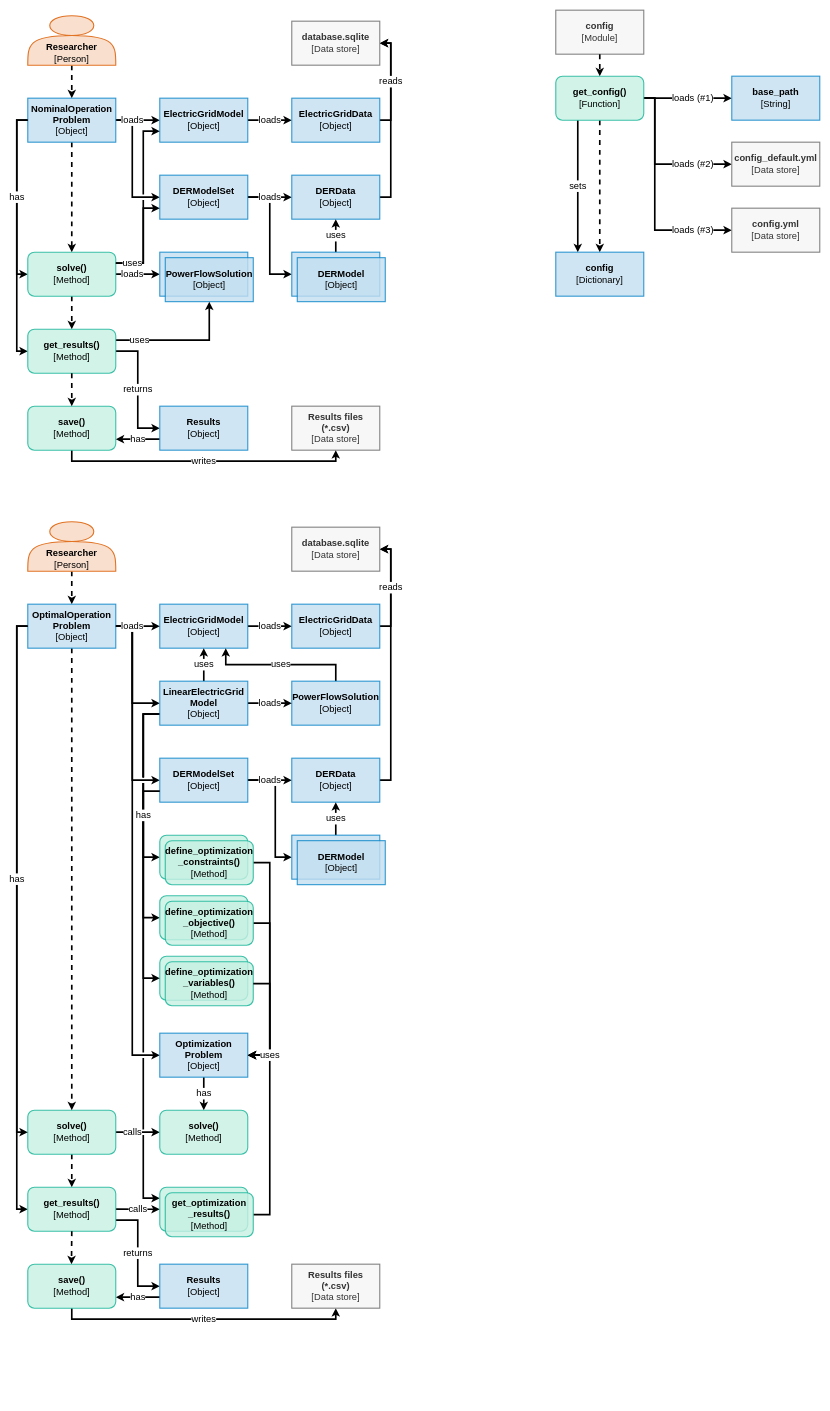
This is page "workflows" (3 of 3) of docs/assets/figures.drawio from mesmo-dev/mesmo, a draw.io file, before an edit. Source tidied: cells renumbered, new cells numbered last; positions are measured from the earlier drawing's top-left corner, leaving out a move shared by most shapes. Both pictures are drawn from the tidied source at 55%, with x=0, y=0 at pixel (28, 10).
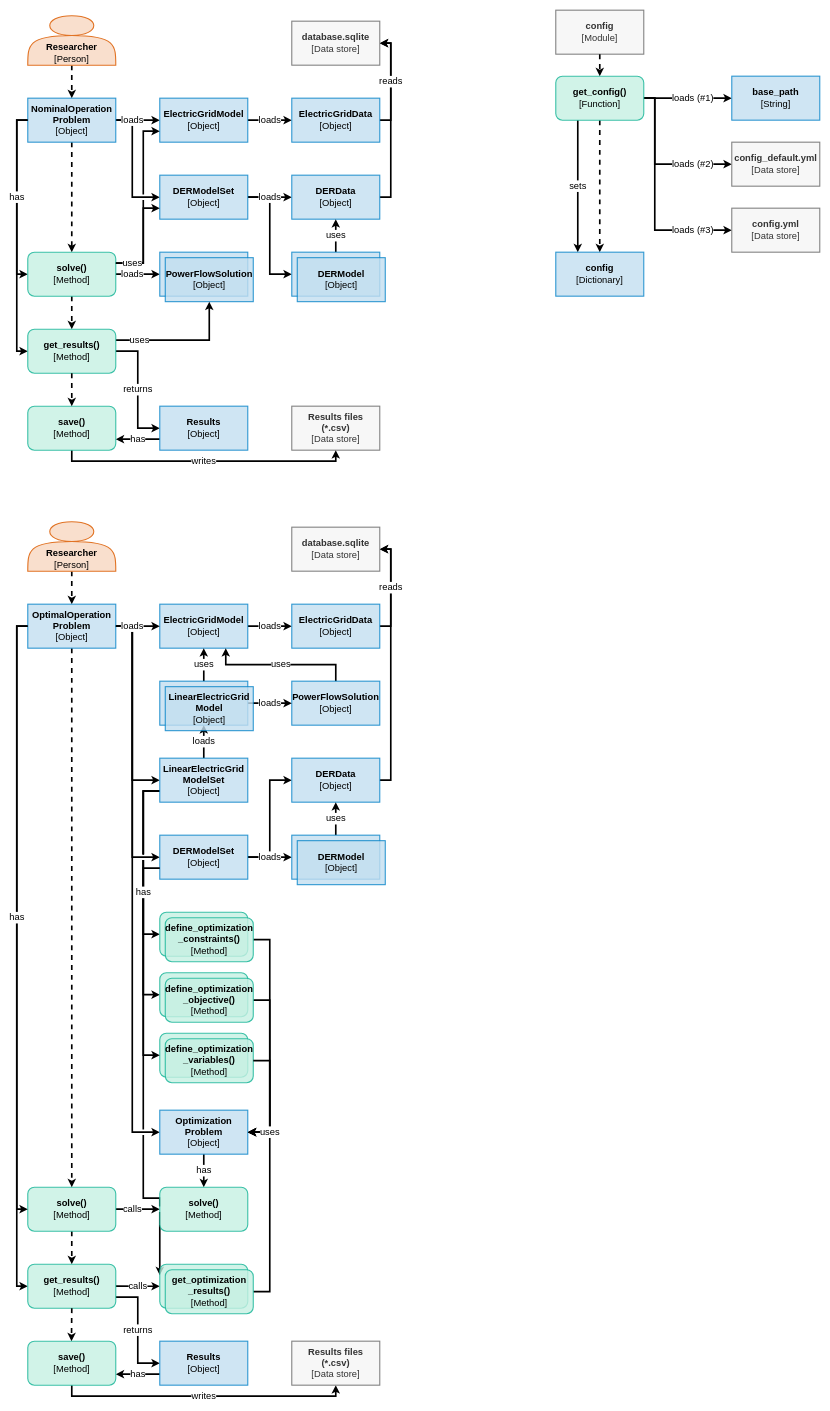
The same page after the edit.

The change refers to these unchanged cells:
```xml
<mxCell id="41" value="&lt;b style=&quot;font-size: 17px;&quot;&gt;OptimalOperation&lt;br style=&quot;font-size: 17px;&quot;&gt;Problem&lt;br style=&quot;font-size: 17px;&quot;&gt;&lt;/b&gt;[Object]" style="rounded=0;whiteSpace=wrap;html=1;fontFamily=Helvetica;fontSize=17;fontColor=#000000;align=center;strokeColor=#0081C7;strokeWidth=2;fillColor=#C4DFF0;opacity=80;fontStyle=0;" parent="1" vertex="1">
  <mxGeometry y="1080" width="160" height="80" as="geometry" />
</mxCell>
<mxCell id="49" value="&lt;b style=&quot;font-size: 17px;&quot;&gt;DERData&lt;br style=&quot;font-size: 17px;&quot;&gt;&lt;/b&gt;[Object]" style="rounded=0;whiteSpace=wrap;html=1;fontFamily=Helvetica;fontSize=17;fontColor=#000000;align=center;strokeColor=#0081C7;strokeWidth=2;fillColor=#C4DFF0;opacity=80;fontStyle=0;" parent="1" vertex="1">
  <mxGeometry x="480" y="1360" width="160" height="80" as="geometry" />
</mxCell>
<mxCell id="51" style="rounded=0;whiteSpace=wrap;html=1;fontFamily=Helvetica;fontSize=17;fontColor=#000000;align=center;strokeColor=#0081C7;strokeWidth=2;fillColor=#C4DFF0;opacity=80;fontStyle=0;" parent="1" vertex="1">
  <mxGeometry x="480" y="1500" width="160" height="80" as="geometry" />
</mxCell>
```

Change to the diagram source:
```diff
@@
-    <mxCell id="4" style="edgeStyle=orthogonalEdgeStyle;rounded=0;jettySize=auto;html=1;exitX=1;exitY=0.5;exitDx=0;exitDy=0;entryX=0;entryY=0.5;entryDx=0;entryDy=0;strokeWidth=3;fontSize=17;jumpStyle=gap;" parent="1" edge="1" source="41" target="65">
+    <mxCell id="4" style="edgeStyle=orthogonalEdgeStyle;rounded=0;jettySize=auto;html=1;exitX=1;exitY=0.5;exitDx=0;exitDy=0;entryX=0;entryY=0.5;entryDx=0;entryDy=0;strokeWidth=3;fontSize=17;jumpStyle=gap;" parent="1" edge="1" source="41" target="111">
       <mxGeometry relative="1" as="geometry">
         <Array as="points">
           <mxPoint x="190" y="1120" />
-          <mxPoint x="190" y="1260" />
+          <mxPoint x="190" y="1400" />
         </Array>
       </mxGeometry>
     </mxCell>
@@
     <mxCell id="31" style="edgeStyle=orthogonalEdgeStyle;rounded=0;jettySize=auto;html=1;exitX=1;exitY=0.5;exitDx=0;exitDy=0;entryX=0;entryY=0.5;entryDx=0;entryDy=0;strokeWidth=3;fontSize=17;jumpStyle=gap;" parent="1" edge="1" source="48" target="51">
       <mxGeometry relative="1" as="geometry">
         <Array as="points">
-          <mxPoint x="450" y="1400" />
-          <mxPoint x="450" y="1540" />
+          <mxPoint x="460" y="1540" />
+          <mxPoint x="460" y="1540" />
         </Array>
       </mxGeometry>
     </mxCell>
     <mxCell id="32" style="edgeStyle=orthogonalEdgeStyle;rounded=0;jettySize=auto;html=1;exitX=1;exitY=0.5;exitDx=0;exitDy=0;entryX=0;entryY=0.5;entryDx=0;entryDy=0;strokeWidth=3;fontSize=17;jumpStyle=gap;" parent="1" edge="1" source="41" target="48">
       <mxGeometry relative="1" as="geometry">
         <Array as="points">
           <mxPoint x="190" y="1120" />
-          <mxPoint x="190" y="1400" />
+          <mxPoint x="190" y="1540" />
         </Array>
       </mxGeometry>
     </mxCell>
@@
     <mxCell id="36" value="&lt;b style=&quot;font-size: 17px;&quot;&gt;solve()&lt;br style=&quot;font-size: 17px;&quot;&gt;&lt;/b&gt;[Method]" style="rounded=1;whiteSpace=wrap;html=1;fontFamily=Helvetica;fontSize=17;fontColor=#000000;align=center;strokeColor=#11B395;strokeWidth=2;fillColor=#C6F1E3;opacity=80;" parent="1" vertex="1">
-      <mxGeometry y="2000" width="160" height="80" as="geometry" />
+      <mxGeometry y="2140" width="160" height="80" as="geometry" />
     </mxCell>
@@
     <mxCell id="39" style="edgeStyle=orthogonalEdgeStyle;rounded=0;jettySize=auto;html=1;exitX=1;exitY=0.5;exitDx=0;exitDy=0;entryX=0;entryY=0.5;entryDx=0;entryDy=0;fontSize=17;strokeWidth=3;jumpStyle=gap;" parent="1" edge="1" source="41" target="69">
       <mxGeometry relative="1" as="geometry">
         <Array as="points">
           <mxPoint x="190" y="1120" />
-          <mxPoint x="190" y="1900" />
+          <mxPoint x="190" y="2040" />
         </Array>
       </mxGeometry>
     </mxCell>
@@
     <mxCell id="47" value="loads" style="edgeStyle=orthogonalEdgeStyle;rounded=0;jettySize=auto;html=1;exitX=1;exitY=0.5;exitDx=0;exitDy=0;entryX=0;entryY=0.5;entryDx=0;entryDy=0;strokeWidth=3;fontSize=17;jumpStyle=gap;" parent="1" edge="1" source="48" target="49">
-      <mxGeometry relative="1" as="geometry" />
+      <mxGeometry x="-0.64" relative="1" as="geometry" />
     </mxCell>
     <mxCell id="48" value="&lt;b style=&quot;font-size: 17px;&quot;&gt;DERModelSet&lt;br style=&quot;font-size: 17px;&quot;&gt;&lt;/b&gt;[Object]" style="rounded=0;whiteSpace=wrap;html=1;fontFamily=Helvetica;fontSize=17;fontColor=#000000;align=center;strokeColor=#0081C7;strokeWidth=2;fillColor=#C4DFF0;opacity=80;fontStyle=0;" parent="1" vertex="1">
-      <mxGeometry x="240" y="1360" width="160" height="80" as="geometry" />
+      <mxGeometry x="240" y="1500" width="160" height="80" as="geometry" />
     </mxCell>
@@
     <mxCell id="56" value="calls" style="edgeStyle=orthogonalEdgeStyle;rounded=0;jettySize=auto;html=1;exitX=1;exitY=0.5;exitDx=0;exitDy=0;strokeWidth=3;fontSize=17;jumpStyle=gap;" parent="1" edge="1" source="57">
       <mxGeometry relative="1" as="geometry">
-        <mxPoint x="240" y="2180.1" as="targetPoint" />
+        <mxPoint x="240" y="2320.1" as="targetPoint" />
       </mxGeometry>
     </mxCell>
     <mxCell id="57" value="&lt;b style=&quot;font-size: 17px;&quot;&gt;get_results()&lt;br style=&quot;font-size: 17px;&quot;&gt;&lt;/b&gt;[Method]" style="rounded=1;whiteSpace=wrap;html=1;fontFamily=Helvetica;fontSize=17;fontColor=#000000;align=center;strokeColor=#11B395;strokeWidth=2;fillColor=#C6F1E3;opacity=80;" parent="1" vertex="1">
-      <mxGeometry y="2140" width="160" height="80" as="geometry" />
+      <mxGeometry y="2280" width="160" height="80" as="geometry" />
     </mxCell>
@@
     <mxCell id="59" value="&lt;b style=&quot;font-size: 17px;&quot;&gt;Results&lt;br style=&quot;font-size: 17px;&quot;&gt;&lt;/b&gt;[Object]" style="rounded=0;whiteSpace=wrap;html=1;fontFamily=Helvetica;fontSize=17;fontColor=#000000;align=center;strokeColor=#0081C7;strokeWidth=2;fillColor=#C4DFF0;opacity=80;fontStyle=0;" parent="1" vertex="1">
-      <mxGeometry x="240" y="2280" width="160" height="80" as="geometry" />
+      <mxGeometry x="240" y="2420" width="160" height="80" as="geometry" />
     </mxCell>
@@
-    <mxCell id="62" style="edgeStyle=orthogonalEdgeStyle;rounded=0;jettySize=auto;html=1;exitX=0;exitY=0.75;exitDx=0;exitDy=0;entryX=0;entryY=0.5;entryDx=0;entryDy=0;fontSize=17;strokeWidth=3;jumpStyle=gap;" parent="1" edge="1" source="65" target="74">
+    <mxCell id="62" style="edgeStyle=orthogonalEdgeStyle;rounded=0;jettySize=auto;html=1;exitX=0;exitY=0.75;exitDx=0;exitDy=0;entryX=0;entryY=0.5;entryDx=0;entryDy=0;fontSize=17;strokeWidth=3;jumpStyle=gap;" parent="1" edge="1" source="111" target="74">
       <mxGeometry relative="1" as="geometry">
         <Array as="points">
-          <mxPoint x="210" y="1280" />
-          <mxPoint x="210" y="1650" />
+          <mxPoint x="210" y="1420" />
+          <mxPoint x="210" y="1790" />
         </Array>
       </mxGeometry>
     </mxCell>
-    <mxCell id="63" style="edgeStyle=orthogonalEdgeStyle;rounded=0;jettySize=auto;html=1;exitX=0;exitY=0.75;exitDx=0;exitDy=0;entryX=0;entryY=0.5;entryDx=0;entryDy=0;fontSize=17;strokeWidth=3;jumpStyle=gap;" parent="1" edge="1" source="65" target="72">
+    <mxCell id="63" style="edgeStyle=orthogonalEdgeStyle;rounded=0;jettySize=auto;html=1;exitX=0;exitY=0.75;exitDx=0;exitDy=0;entryX=0;entryY=0.5;entryDx=0;entryDy=0;fontSize=17;strokeWidth=3;jumpStyle=gap;" parent="1" edge="1" source="111" target="72">
       <mxGeometry relative="1" as="geometry">
         <Array as="points">
-          <mxPoint x="210" y="1280" />
-          <mxPoint x="210" y="1540" />
+          <mxPoint x="210" y="1420" />
+          <mxPoint x="210" y="1680" />
         </Array>
       </mxGeometry>
     </mxCell>
-    <mxCell id="64" style="edgeStyle=orthogonalEdgeStyle;rounded=0;jettySize=auto;html=1;exitX=0;exitY=0.75;exitDx=0;exitDy=0;entryX=0;entryY=0.25;entryDx=0;entryDy=0;fontSize=17;strokeWidth=3;jumpStyle=gap;" parent="1" edge="1" source="65" target="76">
+    <mxCell id="64" style="edgeStyle=orthogonalEdgeStyle;rounded=0;jettySize=auto;html=1;exitX=0;exitY=0.75;exitDx=0;exitDy=0;entryX=0;entryY=0.25;entryDx=0;entryDy=0;fontSize=17;strokeWidth=3;jumpStyle=gap;" parent="1" edge="1" source="111" target="76">
       <mxGeometry relative="1" as="geometry">
         <Array as="points">
-          <mxPoint x="210" y="1280" />
+          <mxPoint x="210" y="1420" />
           <mxPoint x="210" y="2160" />
+          <mxPoint x="240" y="2160" />
         </Array>
       </mxGeometry>
     </mxCell>
-    <mxCell id="65" value="&lt;b style=&quot;font-size: 17px;&quot;&gt;LinearElectricGrid&lt;br style=&quot;font-size: 17px;&quot;&gt;Model&lt;br style=&quot;font-size: 17px;&quot;&gt;&lt;/b&gt;[Object]" style="rounded=0;whiteSpace=wrap;html=1;fontFamily=Helvetica;fontSize=17;fontColor=#000000;align=center;strokeColor=#0081C7;strokeWidth=2;fillColor=#C4DFF0;opacity=80;fontStyle=0;" parent="1" vertex="1">
+    <mxCell id="65" style="rounded=0;whiteSpace=wrap;html=1;fontFamily=Helvetica;fontSize=17;fontColor=#000000;align=center;strokeColor=#0081C7;strokeWidth=2;fillColor=#C4DFF0;opacity=80;fontStyle=0;" parent="1" vertex="1">
       <mxGeometry x="240" y="1220" width="160" height="80" as="geometry" />
     </mxCell>
     <mxCell id="66" style="edgeStyle=orthogonalEdgeStyle;rounded=0;jettySize=auto;html=1;exitX=1;exitY=0.5;exitDx=0;exitDy=0;entryX=1;entryY=0.5;entryDx=0;entryDy=0;fontSize=17;strokeWidth=3;jumpStyle=gap;" parent="1" edge="1" source="75" target="69">
       <mxGeometry relative="1" as="geometry">
         <Array as="points">
-          <mxPoint x="440" y="1660" />
-          <mxPoint x="440" y="1900" />
+          <mxPoint x="440" y="1800" />
+          <mxPoint x="440" y="2040" />
         </Array>
       </mxGeometry>
     </mxCell>
     <mxCell id="67" style="edgeStyle=orthogonalEdgeStyle;rounded=0;jettySize=auto;html=1;exitX=1;exitY=0.5;exitDx=0;exitDy=0;entryX=1;entryY=0.5;entryDx=0;entryDy=0;fontSize=17;strokeWidth=3;jumpStyle=gap;" parent="1" edge="1" source="73" target="69">
       <mxGeometry relative="1" as="geometry">
         <Array as="points">
-          <mxPoint x="440" y="1550" />
-          <mxPoint x="440" y="1900" />
+          <mxPoint x="440" y="1690" />
+          <mxPoint x="440" y="2040" />
         </Array>
       </mxGeometry>
     </mxCell>
@@
     <mxCell id="69" value="&lt;b style=&quot;font-size: 17px&quot;&gt;Optimization&lt;br&gt;Problem&lt;br style=&quot;font-size: 17px&quot;&gt;&lt;/b&gt;[Object]" style="rounded=0;whiteSpace=wrap;html=1;fontFamily=Helvetica;fontSize=17;fontColor=#000000;align=center;strokeColor=#0081C7;strokeWidth=2;fillColor=#C4DFF0;opacity=80;fontStyle=0;" parent="1" vertex="1">
-      <mxGeometry x="240" y="1860" width="160" height="80" as="geometry" />
+      <mxGeometry x="240" y="2000" width="160" height="80" as="geometry" />
     </mxCell>
     <mxCell id="70" style="rounded=1;whiteSpace=wrap;html=1;fontFamily=Helvetica;fontSize=17;fontColor=#000000;align=center;strokeColor=#11B395;strokeWidth=2;fillColor=#C6F1E3;opacity=80;" parent="1" vertex="1">
-      <mxGeometry x="240" y="1720" width="160" height="80" as="geometry" />
+      <mxGeometry x="240" y="1860" width="160" height="80" as="geometry" />
     </mxCell>
     <mxCell id="71" value="&lt;b style=&quot;font-size: 17px&quot;&gt;define_optimization&lt;br&gt;_variables()&lt;br style=&quot;font-size: 17px&quot;&gt;&lt;/b&gt;[Method]" style="rounded=1;whiteSpace=wrap;html=1;fontFamily=Helvetica;fontSize=17;fontColor=#000000;align=center;strokeColor=#11B395;strokeWidth=2;fillColor=#C6F1E3;opacity=80;" parent="1" vertex="1">
-      <mxGeometry x="250" y="1730" width="160" height="80" as="geometry" />
+      <mxGeometry x="250" y="1870" width="160" height="80" as="geometry" />
     </mxCell>
     <mxCell id="72" style="rounded=1;whiteSpace=wrap;html=1;fontFamily=Helvetica;fontSize=17;fontColor=#000000;align=center;strokeColor=#11B395;strokeWidth=2;fillColor=#C6F1E3;opacity=80;" parent="1" vertex="1">
-      <mxGeometry x="240" y="1500" width="160" height="80" as="geometry" />
+      <mxGeometry x="240" y="1640" width="160" height="80" as="geometry" />
     </mxCell>
     <mxCell id="73" value="&lt;b style=&quot;font-size: 17px&quot;&gt;define_optimization&lt;br&gt;_constraints()&lt;br style=&quot;font-size: 17px&quot;&gt;&lt;/b&gt;[Method]" style="rounded=1;whiteSpace=wrap;html=1;fontFamily=Helvetica;fontSize=17;fontColor=#000000;align=center;strokeColor=#11B395;strokeWidth=2;fillColor=#C6F1E3;opacity=80;" parent="1" vertex="1">
-      <mxGeometry x="250" y="1510" width="160" height="80" as="geometry" />
+      <mxGeometry x="250" y="1650" width="160" height="80" as="geometry" />
     </mxCell>
     <mxCell id="74" style="rounded=1;whiteSpace=wrap;html=1;fontFamily=Helvetica;fontSize=17;fontColor=#000000;align=center;strokeColor=#11B395;strokeWidth=2;fillColor=#C6F1E3;opacity=80;" parent="1" vertex="1">
-      <mxGeometry x="240" y="1610" width="160" height="80" as="geometry" />
+      <mxGeometry x="240" y="1750" width="160" height="80" as="geometry" />
     </mxCell>
     <mxCell id="75" value="&lt;b style=&quot;font-size: 17px&quot;&gt;define_optimization&lt;br&gt;_objective()&lt;br style=&quot;font-size: 17px&quot;&gt;&lt;/b&gt;[Method]" style="rounded=1;whiteSpace=wrap;html=1;fontFamily=Helvetica;fontSize=17;fontColor=#000000;align=center;strokeColor=#11B395;strokeWidth=2;fillColor=#C6F1E3;opacity=80;" parent="1" vertex="1">
-      <mxGeometry x="250" y="1620" width="160" height="80" as="geometry" />
+      <mxGeometry x="250" y="1760" width="160" height="80" as="geometry" />
     </mxCell>
     <mxCell id="76" style="rounded=1;whiteSpace=wrap;html=1;fontFamily=Helvetica;fontSize=17;fontColor=#000000;align=center;strokeColor=#11B395;strokeWidth=2;fillColor=#C6F1E3;opacity=80;" parent="1" vertex="1">
-      <mxGeometry x="240" y="2140" width="160" height="80" as="geometry" />
+      <mxGeometry x="240" y="2280" width="160" height="80" as="geometry" />
     </mxCell>
     <mxCell id="77" style="edgeStyle=orthogonalEdgeStyle;rounded=0;jumpStyle=gap;jettySize=auto;html=1;exitX=1;exitY=0.5;exitDx=0;exitDy=0;entryX=1;entryY=0.5;entryDx=0;entryDy=0;fontSize=17;strokeWidth=3;" parent="1" edge="1" source="78" target="69">
       <mxGeometry x="-0.38" relative="1" as="geometry">
         <Array as="points">
-          <mxPoint x="440" y="2190" />
-          <mxPoint x="440" y="1900" />
+          <mxPoint x="440" y="2330" />
+          <mxPoint x="440" y="2040" />
         </Array>
       </mxGeometry>
     </mxCell>
     <mxCell id="78" value="&lt;b style=&quot;font-size: 17px&quot;&gt;get_optimization&lt;br&gt;_results()&lt;br style=&quot;font-size: 17px&quot;&gt;&lt;/b&gt;[Method]" style="rounded=1;whiteSpace=wrap;html=1;fontFamily=Helvetica;fontSize=17;fontColor=#000000;align=center;strokeColor=#11B395;strokeWidth=2;fillColor=#C6F1E3;opacity=80;" parent="1" vertex="1">
-      <mxGeometry x="250" y="2150" width="160" height="80" as="geometry" />
+      <mxGeometry x="250" y="2290" width="160" height="80" as="geometry" />
     </mxCell>
@@
     <mxCell id="82" value="uses" style="edgeStyle=orthogonalEdgeStyle;rounded=0;jettySize=auto;html=1;exitX=1;exitY=0.5;exitDx=0;exitDy=0;entryX=1;entryY=0.5;entryDx=0;entryDy=0;fontSize=17;strokeWidth=3;jumpStyle=gap;" parent="1" edge="1" source="71" target="69">
       <mxGeometry x="0.6" relative="1" as="geometry">
         <Array as="points">
-          <mxPoint x="440" y="1770" />
-          <mxPoint x="440" y="1900" />
+          <mxPoint x="440" y="1910" />
+          <mxPoint x="440" y="2040" />
         </Array>
       </mxGeometry>
     </mxCell>
     <mxCell id="83" value="has" style="edgeStyle=orthogonalEdgeStyle;rounded=0;jettySize=auto;html=1;exitX=0;exitY=0.75;exitDx=0;exitDy=0;entryX=0;entryY=0.5;entryDx=0;entryDy=0;fontSize=17;strokeWidth=3;jumpStyle=gap;" parent="1" edge="1" source="48" target="70">
       <mxGeometry x="-0.63" relative="1" as="geometry">
         <Array as="points">
-          <mxPoint x="210" y="1420" />
-          <mxPoint x="210" y="1760" />
+          <mxPoint x="210" y="1560" />
+          <mxPoint x="210" y="1900" />
         </Array>
       </mxGeometry>
     </mxCell>
     <mxCell id="84" value="&lt;b style=&quot;font-size: 17px;&quot;&gt;solve()&lt;br style=&quot;font-size: 17px;&quot;&gt;&lt;/b&gt;[Method]" style="rounded=1;whiteSpace=wrap;html=1;fontFamily=Helvetica;fontSize=17;fontColor=#000000;align=center;strokeColor=#11B395;strokeWidth=2;fillColor=#C6F1E3;opacity=80;" parent="1" vertex="1">
-      <mxGeometry x="240" y="2000" width="160" height="80" as="geometry" />
+      <mxGeometry x="240" y="2140" width="160" height="80" as="geometry" />
     </mxCell>
     <mxCell id="85" style="edgeStyle=orthogonalEdgeStyle;rounded=0;jettySize=auto;html=1;exitX=0.5;exitY=1;exitDx=0;exitDy=0;entryX=0.5;entryY=0;entryDx=0;entryDy=0;dashed=1;strokeWidth=3;fontSize=17;jumpStyle=gap;" parent="1" edge="1" source="57">
       <mxGeometry relative="1" as="geometry">
-        <mxPoint x="79.5" y="2280" as="targetPoint" />
+        <mxPoint x="79.5" y="2420" as="targetPoint" />
       </mxGeometry>
     </mxCell>
@@
     <mxCell id="87" value="&lt;b style=&quot;font-size: 17px&quot;&gt;save()&lt;br style=&quot;font-size: 17px&quot;&gt;&lt;/b&gt;[Method]" style="rounded=1;whiteSpace=wrap;html=1;fontFamily=Helvetica;fontSize=17;fontColor=#000000;align=center;strokeColor=#11B395;strokeWidth=2;fillColor=#C6F1E3;opacity=80;" parent="1" vertex="1">
-      <mxGeometry y="2280" width="160" height="80" as="geometry" />
+      <mxGeometry y="2420" width="160" height="80" as="geometry" />
     </mxCell>
     <mxCell id="88" value="&lt;b style=&quot;font-size: 17px&quot;&gt;Results files&lt;br&gt;(*.csv)&lt;br style=&quot;font-size: 17px&quot;&gt;&lt;/b&gt;[Data store]" style="rounded=0;whiteSpace=wrap;html=1;fontSize=17;fontStyle=0;strokeWidth=2;fillColor=#f5f5f5;strokeColor=#666666;horizontal=1;verticalAlign=middle;align=center;fontColor=#333333;shadow=0;glass=0;opacity=80;" parent="1" vertex="1">
-      <mxGeometry x="480" y="2280" width="160" height="80" as="geometry" />
+      <mxGeometry x="480" y="2420" width="160" height="80" as="geometry" />
     </mxCell>
@@
+    <mxCell id="110" value="loads" style="edgeStyle=orthogonalEdgeStyle;rounded=0;jumpStyle=gap;jettySize=auto;html=1;exitX=0.5;exitY=0;exitDx=0;exitDy=0;entryX=0.5;entryY=1;entryDx=0;entryDy=0;fontSize=17;strokeWidth=3;" parent="1" edge="1" source="111" target="65">
+      <mxGeometry relative="1" as="geometry" />
+    </mxCell>
+    <mxCell id="111" value="&lt;b style=&quot;font-size: 17px&quot;&gt;LinearElectricGrid&lt;br style=&quot;font-size: 17px&quot;&gt;ModelSet&lt;br style=&quot;font-size: 17px&quot;&gt;&lt;/b&gt;[Object]" style="rounded=0;whiteSpace=wrap;html=1;fontFamily=Helvetica;fontSize=17;fontColor=#000000;align=center;strokeColor=#0081C7;strokeWidth=2;fillColor=#C4DFF0;opacity=80;fontStyle=0;" parent="1" vertex="1">
+      <mxGeometry x="240" y="1360" width="160" height="80" as="geometry" />
+    </mxCell>
+    <mxCell id="112" value="&lt;b style=&quot;font-size: 17px&quot;&gt;LinearElectricGrid&lt;br style=&quot;font-size: 17px&quot;&gt;Model&lt;br style=&quot;font-size: 17px&quot;&gt;&lt;/b&gt;[Object]" style="rounded=0;whiteSpace=wrap;html=1;fontFamily=Helvetica;fontSize=17;fontColor=#000000;align=center;strokeColor=#0081C7;strokeWidth=2;fillColor=#C4DFF0;opacity=80;fontStyle=0;" parent="1" vertex="1">
+      <mxGeometry x="250" y="1230" width="160" height="80" as="geometry" />
+    </mxCell>
```
